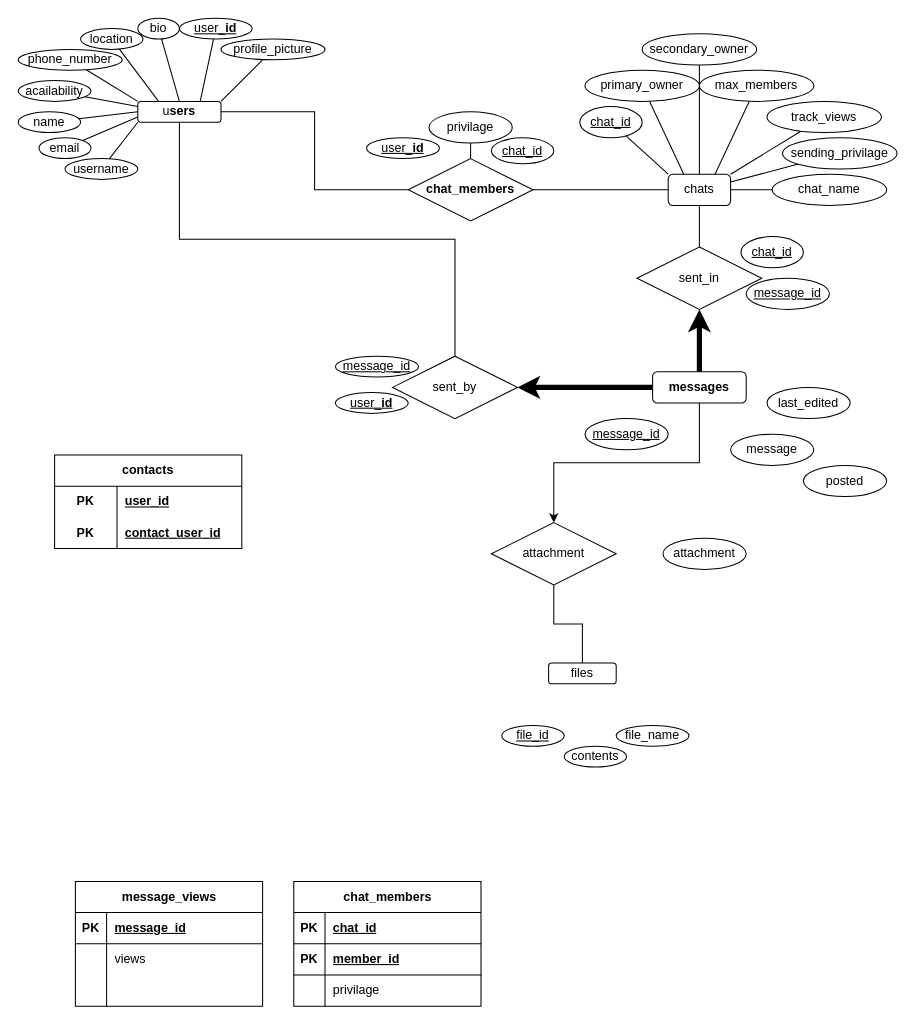
ParkerTenBroeck/COSC_3P32 keeps this draw.io diagram as ER Diagram.drawio. Above is the earlier version. Source tidied: cells renumbered, new cells numbered last; positions are measured from the earlier drawing's top-left corner, leaving out a move shared by most shapes. Both pictures are drawn from the tidied source at 104%, with x=0, y=0 at pixel (18, 18).
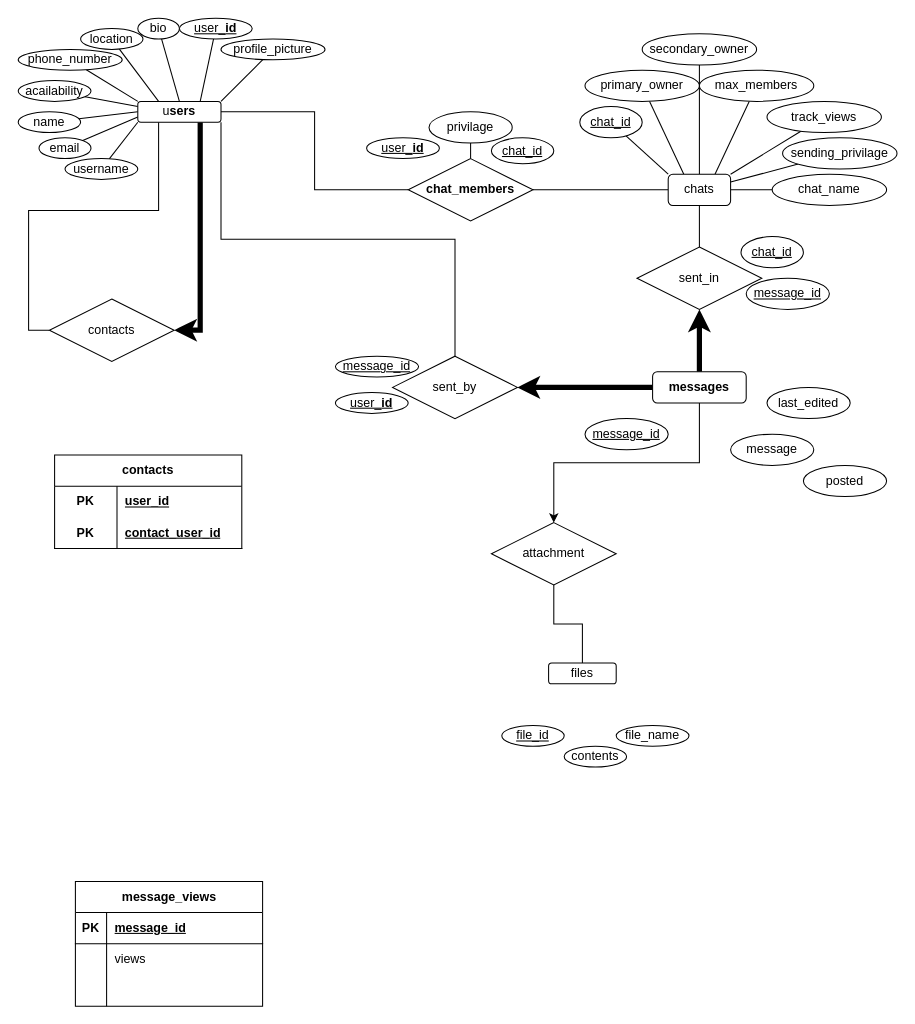
Above is the later version.

Commit message (it also covers changes not shown here):
just about good

The change refers to these unchanged cells:
```xml
<mxCell id="44" value="u&lt;span style=&quot;font-weight: 700; background-color: initial;&quot;&gt;sers&lt;/span&gt;" style="rounded=1;whiteSpace=wrap;html=1;" parent="1" vertex="1">
  <mxGeometry x="115" y="80" width="80" height="20" as="geometry" />
</mxCell>
<mxCell id="82" value="sent_by" style="shape=rhombus;perimeter=rhombusPerimeter;whiteSpace=wrap;html=1;align=center;" parent="1" vertex="1">
  <mxGeometry x="360" y="325" width="120" height="60" as="geometry" />
</mxCell>
```

Diff of the diagram source:
```diff
@@
-    <mxCell id="9" value="chat_members" style="shape=table;startSize=30;childLayout=tableLayout;rowLines=0;fontStyle=1;align=center;html=1;" parent="1" vertex="1">
-      <mxGeometry x="265" y="830" width="180" height="120" as="geometry" />
-    </mxCell>
-    <mxCell id="10" style="shape=tableRow;horizontal=0;startSize=0;swimlaneHead=0;swimlaneBody=0;fillColor=none;top=0;left=0;right=0;bottom=1;" parent="9" vertex="1">
-      <mxGeometry y="30" width="180" height="30" as="geometry" />
-    </mxCell>
-    <mxCell id="11" value="PK" style="shape=partialRectangle;fillColor=none;top=0;left=0;bottom=0;right=0;fontStyle=1;overflow=hidden;whiteSpace=wrap;html=1;" parent="10" vertex="1">
-      <mxGeometry width="30" height="30" as="geometry" />
-    </mxCell>
-    <mxCell id="12" value="chat_id" style="shape=partialRectangle;fillColor=none;top=0;left=0;bottom=0;right=0;align=left;spacingLeft=6;fontStyle=5;overflow=hidden;whiteSpace=wrap;html=1;" parent="10" vertex="1">
-      <mxGeometry x="30" width="150" height="30" as="geometry" />
-    </mxCell>
-    <mxCell id="13" style="shape=tableRow;horizontal=0;startSize=0;swimlaneHead=0;swimlaneBody=0;fillColor=none;top=0;left=0;right=0;bottom=1;" parent="9" vertex="1">
-      <mxGeometry y="60" width="180" height="30" as="geometry" />
-    </mxCell>
-    <mxCell id="14" value="PK" style="shape=partialRectangle;fillColor=none;top=0;left=0;bottom=0;right=0;fontStyle=1;overflow=hidden;whiteSpace=wrap;html=1;" parent="13" vertex="1">
-      <mxGeometry width="30" height="30" as="geometry" />
-    </mxCell>
-    <mxCell id="15" value="member_id" style="shape=partialRectangle;fillColor=none;top=0;left=0;bottom=0;right=0;align=left;spacingLeft=6;fontStyle=5;overflow=hidden;whiteSpace=wrap;html=1;" parent="13" vertex="1">
-      <mxGeometry x="30" width="150" height="30" as="geometry" />
-    </mxCell>
-    <mxCell id="16" style="shape=tableRow;horizontal=0;startSize=0;swimlaneHead=0;swimlaneBody=0;fillColor=none;top=0;left=0;right=0;bottom=0;" parent="9" vertex="1">
-      <mxGeometry y="90" width="180" height="30" as="geometry" />
-    </mxCell>
-    <mxCell id="17" style="shape=partialRectangle;fillColor=none;top=0;left=0;bottom=0;right=0;overflow=hidden;whiteSpace=wrap;html=1;" parent="16" vertex="1">
-      <mxGeometry width="30" height="30" as="geometry" />
-    </mxCell>
-    <mxCell id="18" value="privilage" style="shape=partialRectangle;fillColor=none;top=0;left=0;bottom=0;right=0;align=left;spacingLeft=6;overflow=hidden;whiteSpace=wrap;html=1;" parent="16" vertex="1">
-      <mxGeometry x="30" width="150" height="30" as="geometry" />
-    </mxCell>
@@
-    <mxCell id="43" style="edgeStyle=orthogonalEdgeStyle;rounded=0;jettySize=auto;html=1;exitX=0.5;exitY=1;exitDx=0;exitDy=0;endArrow=none;endFill=0;" parent="1" edge="1" source="44" target="82">
+    <mxCell id="43" style="edgeStyle=orthogonalEdgeStyle;rounded=0;jettySize=auto;html=1;exitX=1;exitY=1;exitDx=0;exitDy=0;endArrow=none;endFill=0;" parent="1" edge="1" source="44" target="82">
       <mxGeometry relative="1" as="geometry" />
     </mxCell>
+    <mxCell id="93" style="edgeStyle=orthogonalEdgeStyle;rounded=0;jettySize=auto;html=1;exitX=0.25;exitY=1;exitDx=0;exitDy=0;entryX=0;entryY=0.5;entryDx=0;entryDy=0;endArrow=none;endFill=0;" parent="1" edge="1" source="44" target="95">
+      <mxGeometry relative="1" as="geometry" />
+    </mxCell>
+    <mxCell id="94" style="edgeStyle=orthogonalEdgeStyle;rounded=0;jettySize=auto;html=1;exitX=0.75;exitY=1;exitDx=0;exitDy=0;entryX=1;entryY=0.5;entryDx=0;entryDy=0;strokeWidth=5;" parent="1" edge="1" source="44" target="95">
+      <mxGeometry relative="1" as="geometry" />
+    </mxCell>
@@
-    <mxCell id="76" value="&lt;span style=&quot;text-align: left;&quot;&gt;attachment&lt;/span&gt;" style="ellipse;whiteSpace=wrap;html=1;" parent="1" vertex="1">
-      <mxGeometry x="620" y="500" width="80" height="30" as="geometry" />
-    </mxCell>
@@
+    <mxCell id="95" value="contacts" style="shape=rhombus;perimeter=rhombusPerimeter;whiteSpace=wrap;html=1;align=center;" parent="1" vertex="1">
+      <mxGeometry x="30" y="270" width="120" height="60" as="geometry" />
+    </mxCell>
```
